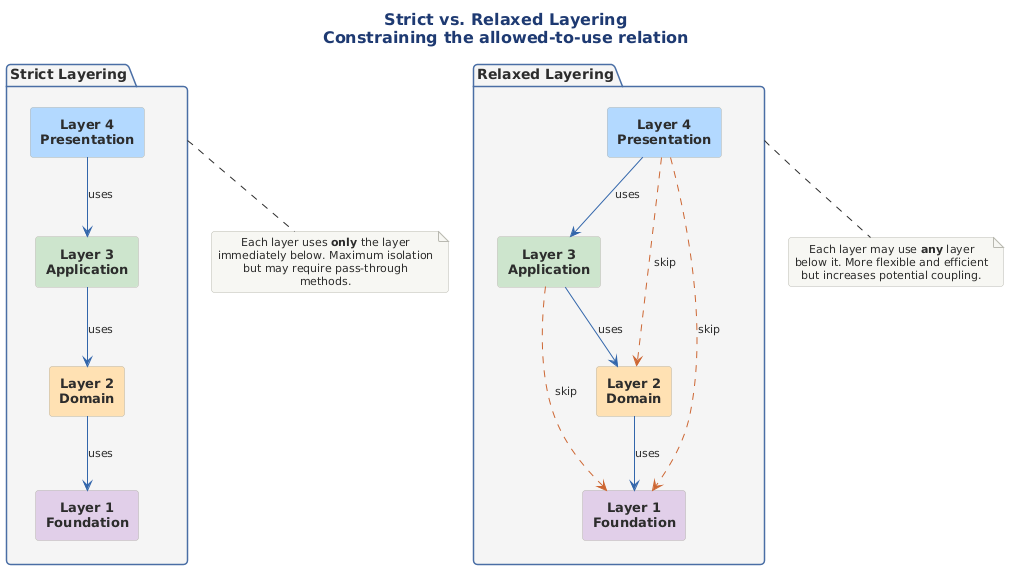
Earlier version of the PlantUML export src/architecture/views-and-beyond/style-catalogs/module/layered-style/png/strict-vs-relaxed-layering-constraining.png (Notoriousjayy/latex-docs). Its diagram source:
```plantuml
@startuml
skinparam rectangleRoundCorner 8
!include ../../../../../../tooling/styles/plantuml/structural/package-diagram-style.iuml

skinparam rectangleFontSize 13
skinparam rectangleFontStyle bold
skinparam packageRoundCorner 8
skinparam packageFontSize 14
skinparam packageFontStyle bold

title Strict vs. Relaxed Layering\nConstraining the allowed-to-use relation

package "Strict Layering" as strict #F5F5F5 {
  rectangle "Layer 4\n**Presentation**" as S4 #B3D9FF
  rectangle "Layer 3\n**Application**" as S3 #CCE5CC
  rectangle "Layer 2\n**Domain**" as S2 #FFE0B2
  rectangle "Layer 1\n**Foundation**" as S1 #E0CFE8

  S4 -[#3366AA]-> S3 : uses
  S3 -[#3366AA]-> S2 : uses
  S2 -[#3366AA]-> S1 : uses
}

package "Relaxed Layering" as relaxed #F5F5F5 {
  rectangle "Layer 4\n**Presentation**" as R4 #B3D9FF
  rectangle "Layer 3\n**Application**" as R3 #CCE5CC
  rectangle "Layer 2\n**Domain**" as R2 #FFE0B2
  rectangle "Layer 1\n**Foundation**" as R1 #E0CFE8

  R4 -[#3366AA]-> R3 : uses
  R3 -[#3366AA]-> R2 : uses
  R2 -[#3366AA]-> R1 : uses
  R4 -[#CC6633,dashed]-> R2 : skip
  R4 -[#CC6633,dashed]-> R1 : skip
  R3 -[#CC6633,dashed]-> R1 : skip
}

note bottom of strict
  Each layer uses **only** the layer
  immediately below. Maximum isolation
  but may require pass-through methods.
end note

note bottom of relaxed
  Each layer may use **any** layer
  below it. More flexible and efficient
  but increases potential coupling.
end note
@enduml
```
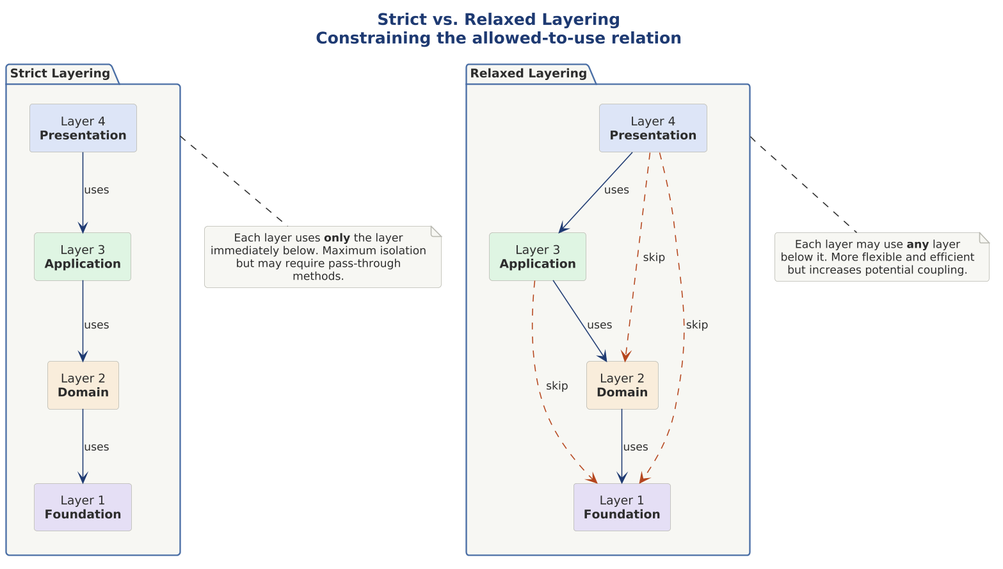
The same diagram one commit later.

What changed in the source:
```diff
@@ -1,38 +1,36 @@
 @startuml
-skinparam rectangleRoundCorner 8
+
+skinparam dpi 150
+
+
+
 !include ../../../../../../tooling/styles/plantuml/structural/package-diagram-style.iuml
-
-skinparam rectangleFontSize 13
-skinparam rectangleFontStyle bold
-skinparam packageRoundCorner 8
-skinparam packageFontSize 14
-skinparam packageFontStyle bold
 
 title Strict vs. Relaxed Layering\nConstraining the allowed-to-use relation
 
-package "Strict Layering" as strict #F5F5F5 {
-  rectangle "Layer 4\n**Presentation**" as S4 #B3D9FF
-  rectangle "Layer 3\n**Application**" as S3 #CCE5CC
-  rectangle "Layer 2\n**Domain**" as S2 #FFE0B2
-  rectangle "Layer 1\n**Foundation**" as S1 #E0CFE8
+package "Strict Layering" as strict $theme_surface {
+  rectangle "Layer 4\n**Presentation**" as S4 $fill_primary
+  rectangle "Layer 3\n**Application**" as S3 $fill_ok
+  rectangle "Layer 2\n**Domain**" as S2 $fill_caution
+  rectangle "Layer 1\n**Foundation**" as S1 $fill_alt
 
-  S4 -[#3366AA]-> S3 : uses
-  S3 -[#3366AA]-> S2 : uses
-  S2 -[#3366AA]-> S1 : uses
+  S4 -[$line_primary]-> S3 : uses
+  S3 -[$line_primary]-> S2 : uses
+  S2 -[$line_primary]-> S1 : uses
 }
 
-package "Relaxed Layering" as relaxed #F5F5F5 {
-  rectangle "Layer 4\n**Presentation**" as R4 #B3D9FF
-  rectangle "Layer 3\n**Application**" as R3 #CCE5CC
-  rectangle "Layer 2\n**Domain**" as R2 #FFE0B2
-  rectangle "Layer 1\n**Foundation**" as R1 #E0CFE8
+package "Relaxed Layering" as relaxed $theme_surface {
+  rectangle "Layer 4\n**Presentation**" as R4 $fill_primary
+  rectangle "Layer 3\n**Application**" as R3 $fill_ok
+  rectangle "Layer 2\n**Domain**" as R2 $fill_caution
+  rectangle "Layer 1\n**Foundation**" as R1 $fill_alt
 
-  R4 -[#3366AA]-> R3 : uses
-  R3 -[#3366AA]-> R2 : uses
-  R2 -[#3366AA]-> R1 : uses
-  R4 -[#CC6633,dashed]-> R2 : skip
-  R4 -[#CC6633,dashed]-> R1 : skip
-  R3 -[#CC6633,dashed]-> R1 : skip
+  R4 -[$line_primary]-> R3 : uses
+  R3 -[$line_primary]-> R2 : uses
+  R2 -[$line_primary]-> R1 : uses
+  R4 -[$line_invalid,dashed]-> R2 : skip
+  R4 -[$line_invalid,dashed]-> R1 : skip
+  R3 -[$line_invalid,dashed]-> R1 : skip
 }
 
 note bottom of strict
```
